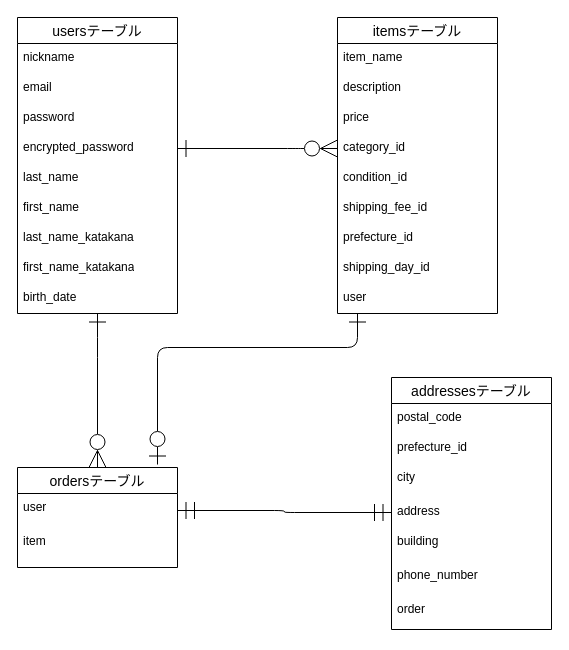
The draw.io diagram furima.dio in pigeon-shou/furima-47780, before the edit. Source tidied: cells renumbered, new cells numbered last; positions are measured from the earlier drawing's top-left corner, leaving out a move shared by most shapes. Both pictures are drawn from the tidied source at 100%, with x=0, y=0 at pixel (17, 17).
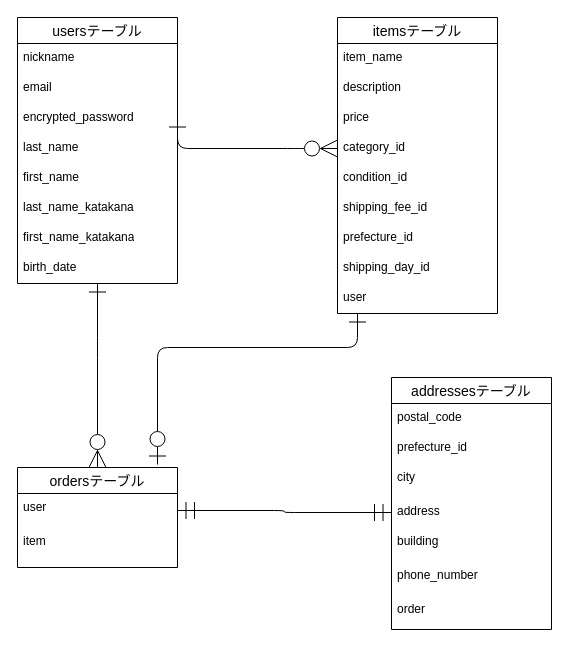
After the change.

Commit message (it also covers changes not shown here):
passwordカラムの消去、ER図の変更

Diff of the diagram source:
```diff
@@
     <mxCell id="2" value="usersテーブル" style="swimlane;fontStyle=0;horizontal=1;startSize=26;align=center;fontSize=14;" parent="1" vertex="1">
-      <mxGeometry width="160" height="296" as="geometry" />
+      <mxGeometry width="160" height="266" as="geometry" />
     </mxCell>
@@
-    <mxCell id="5" value="password" style="text;strokeColor=none;fillColor=none;spacingLeft=4;spacingRight=4;overflow=hidden;fontSize=12;whiteSpace=wrap;html=1;" parent="2" vertex="1">
-      <mxGeometry y="86" width="160" height="30" as="geometry" />
-    </mxCell>
     <mxCell id="6" value="encrypted_password" style="text;strokeColor=none;fillColor=none;spacingLeft=4;spacingRight=4;overflow=hidden;points=[[0,0.5],[1,0.5]];portConstraint=eastwest;fontSize=12;whiteSpace=wrap;html=1;" parent="2" vertex="1">
-      <mxGeometry y="116" width="160" height="30" as="geometry" />
+      <mxGeometry y="86" width="160" height="30" as="geometry" />
     </mxCell>
     <mxCell id="7" value="last_name" style="text;strokeColor=none;fillColor=none;spacingLeft=4;spacingRight=4;overflow=hidden;fontSize=12;whiteSpace=wrap;html=1;" parent="2" vertex="1">
-      <mxGeometry y="146" width="160" height="30" as="geometry" />
+      <mxGeometry y="116" width="160" height="30" as="geometry" />
     </mxCell>
     <mxCell id="8" value="first_name" style="text;strokeColor=none;fillColor=none;spacingLeft=4;spacingRight=4;overflow=hidden;fontSize=12;whiteSpace=wrap;html=1;" parent="2" vertex="1">
-      <mxGeometry y="176" width="160" height="30" as="geometry" />
+      <mxGeometry y="146" width="160" height="30" as="geometry" />
     </mxCell>
     <mxCell id="9" value="last_name_katakana" style="text;strokeColor=none;fillColor=none;spacingLeft=4;spacingRight=4;overflow=hidden;fontSize=12;whiteSpace=wrap;html=1;" parent="2" vertex="1">
-      <mxGeometry y="206" width="160" height="30" as="geometry" />
+      <mxGeometry y="176" width="160" height="30" as="geometry" />
     </mxCell>
     <mxCell id="10" value="first_name_katakana" style="text;strokeColor=none;fillColor=none;spacingLeft=4;spacingRight=4;overflow=hidden;fontSize=12;whiteSpace=wrap;html=1;" parent="2" vertex="1">
-      <mxGeometry y="236" width="160" height="30" as="geometry" />
+      <mxGeometry y="206" width="160" height="30" as="geometry" />
     </mxCell>
     <mxCell id="11" value="birth_date" style="text;strokeColor=none;fillColor=none;spacingLeft=4;spacingRight=4;overflow=hidden;fontSize=12;whiteSpace=wrap;html=1;" parent="2" vertex="1">
-      <mxGeometry y="266" width="160" height="30" as="geometry" />
+      <mxGeometry y="236" width="160" height="30" as="geometry" />
     </mxCell>
```
